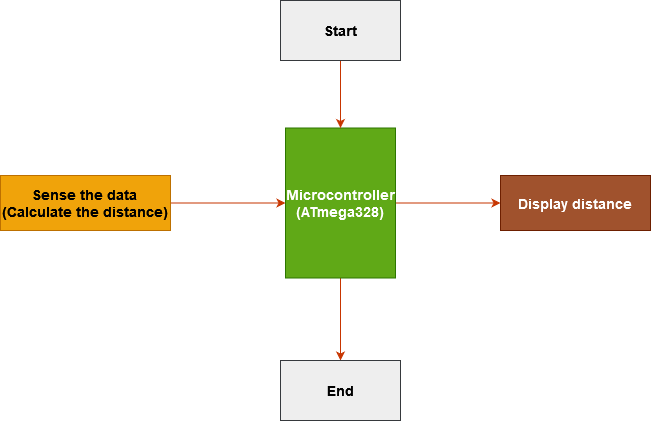
Earlier version of the draw.io export Project/2_Architecture/Behavioral Diagrams/behavioral_diagram2.png (AmitKumar-30120/M2_EmbSys). Source tidied: cells renumbered, new cells last; positions are measured from the earlier drawing's top-left corner, leaving out a move shared by most shapes.
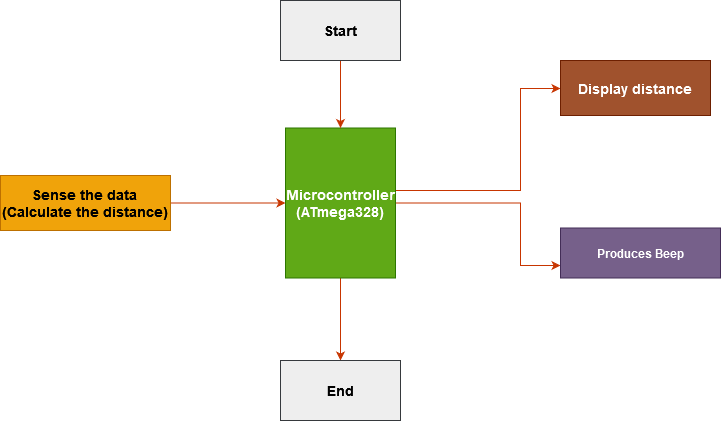
Later version of the same file.

Diff of the diagram source:
```diff
@@ -3,11 +3,24 @@
     <mxCell id="0" />
     <mxCell id="1" parent="0" />
     <mxCell id="2" style="edgeStyle=orthogonalEdgeStyle;rounded=0;jettySize=auto;html=1;fontSize=14;fillColor=#fa6800;strokeColor=#C73500;" parent="1" edge="1" source="4" target="7">
-      <mxGeometry relative="1" as="geometry" />
+      <mxGeometry relative="1" as="geometry">
+        <Array as="points">
+          <mxPoint x="520" y="190" />
+          <mxPoint x="520" y="88" />
+        </Array>
+      </mxGeometry>
     </mxCell>
     <mxCell id="3" style="edgeStyle=orthogonalEdgeStyle;rounded=0;jettySize=auto;html=1;fontSize=14;fillColor=#fa6800;strokeColor=#C73500;" parent="1" edge="1" source="4" target="10">
       <mxGeometry relative="1" as="geometry" />
     </mxCell>
+    <mxCell id="11" style="edgeStyle=orthogonalEdgeStyle;rounded=0;jettySize=auto;html=1;entryX=0;entryY=0.75;entryDx=0;entryDy=0;fillColor=#fa6800;strokeColor=#C73500;" parent="1" edge="1" source="4" target="12">
+      <mxGeometry relative="1" as="geometry">
+        <Array as="points">
+          <mxPoint x="520" y="203" />
+          <mxPoint x="520" y="265" />
+        </Array>
+      </mxGeometry>
+    </mxCell>
     <mxCell id="4" value="&lt;div&gt;&lt;b&gt;Microcontroller&lt;/b&gt;&lt;/div&gt;&lt;div&gt;&lt;b&gt;(ATmega328)&lt;/b&gt;&lt;/div&gt;" style="rounded=0;whiteSpace=wrap;html=1;fontSize=14;fillColor=#60a917;fontColor=#ffffff;strokeColor=#2D7600;" parent="1" vertex="1">
       <mxGeometry x="285" y="127.5" width="110" height="150" as="geometry" />
     </mxCell>
@@ -18,7 +31,7 @@
       <mxGeometry y="175" width="170" height="55" as="geometry" />
     </mxCell>
     <mxCell id="7" value="&lt;b&gt;Display distance&lt;/b&gt;" style="rounded=0;whiteSpace=wrap;html=1;fontSize=14;fillColor=#a0522d;fontColor=#ffffff;strokeColor=#6D1F00;" parent="1" vertex="1">
-      <mxGeometry x="500" y="175" width="150" height="55" as="geometry" />
+      <mxGeometry x="560" y="60" width="150" height="55" as="geometry" />
     </mxCell>
     <mxCell id="8" style="edgeStyle=orthogonalEdgeStyle;rounded=0;jettySize=auto;html=1;entryX=0.5;entryY=0;entryDx=0;entryDy=0;fontSize=14;fillColor=#fa6800;strokeColor=#C73500;" parent="1" edge="1" source="9" target="4">
       <mxGeometry relative="1" as="geometry" />
@@ -29,5 +42,8 @@
     <mxCell id="10" value="&lt;b&gt;End&lt;/b&gt;" style="rounded=0;whiteSpace=wrap;html=1;fontSize=14;fillColor=#eeeeee;strokeColor=#36393d;" parent="1" vertex="1">
       <mxGeometry x="280" y="360" width="120" height="60" as="geometry" />
     </mxCell>
+    <mxCell id="12" value="&lt;b&gt;Produces Beep&lt;/b&gt;" style="rounded=0;whiteSpace=wrap;html=1;fillColor=#76608a;strokeColor=#432D57;fontColor=#ffffff;" parent="1" vertex="1">
+      <mxGeometry x="560" y="227.5" width="160" height="50" as="geometry" />
+    </mxCell>
   </root>
 </mxGraphModel>
```
